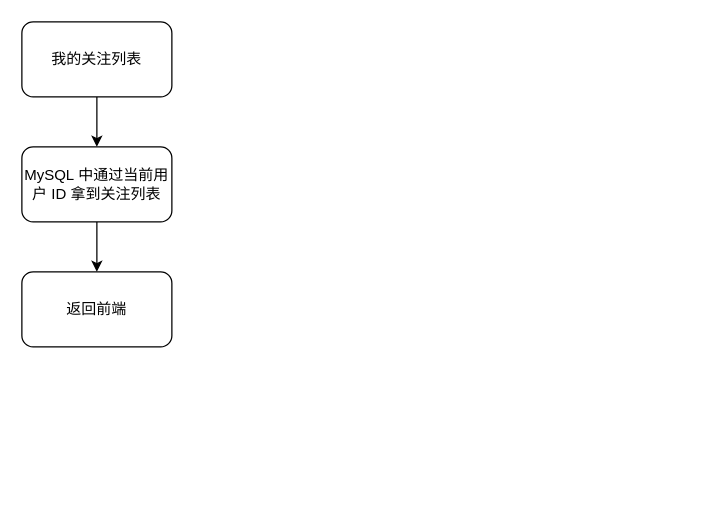
Before: 粉丝模块.drawio in lee11xx/picgo-img, a draw.io diagram. Source tidied: cells renumbered, new cells numbered last; positions are measured from the earlier drawing's top-left corner, leaving out a move shared by most shapes. Both pictures are drawn from the tidied source at 125%, with x=0, y=0 at pixel (21, 21).
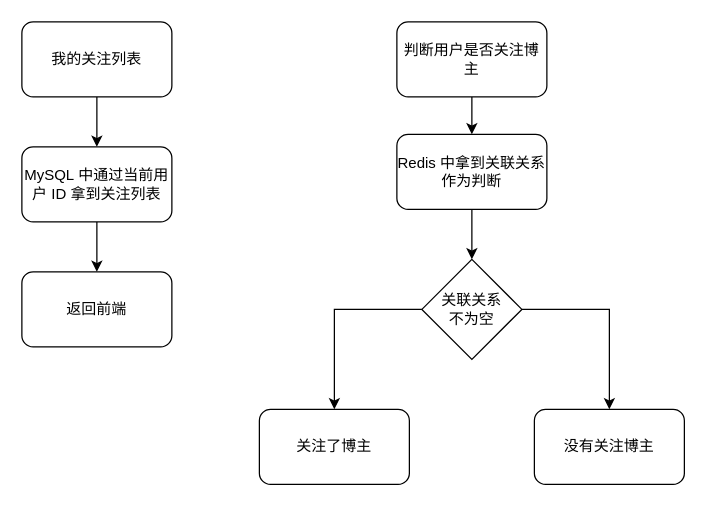
Above is the later version.

Commit message (it also covers changes not shown here):
更新粉丝模块.drawio

Change to the diagram source:
```diff
@@
 <mxGraphModel>
   <root>
     <mxCell id="0" />
     <mxCell id="1" parent="0" />
     <mxCell id="2" style="edgeStyle=orthogonalEdgeStyle;rounded=0;jettySize=auto;html=1;" parent="1" edge="1" source="3" target="5">
       <mxGeometry relative="1" as="geometry" />
     </mxCell>
     <mxCell id="3" value="我的关注列表" style="rounded=1;whiteSpace=wrap;html=1;" parent="1" vertex="1">
       <mxGeometry width="120" height="60" as="geometry" />
     </mxCell>
     <mxCell id="4" style="edgeStyle=orthogonalEdgeStyle;rounded=0;jettySize=auto;html=1;" parent="1" edge="1" source="5" target="6">
       <mxGeometry relative="1" as="geometry" />
     </mxCell>
     <mxCell id="5" value="MySQL&amp;nbsp;中通过当前用户 ID&amp;nbsp;拿到关注列表" style="rounded=1;whiteSpace=wrap;html=1;" parent="1" vertex="1">
       <mxGeometry y="100" width="120" height="60" as="geometry" />
     </mxCell>
     <mxCell id="6" value="返回前端" style="rounded=1;whiteSpace=wrap;html=1;" parent="1" vertex="1">
       <mxGeometry y="200" width="120" height="60" as="geometry" />
     </mxCell>
+    <mxCell id="7" style="edgeStyle=orthogonalEdgeStyle;rounded=0;jettySize=auto;html=1;" parent="1" edge="1" source="8" target="10">
+      <mxGeometry relative="1" as="geometry" />
+    </mxCell>
+    <mxCell id="8" value="判断用户是否关注博主" style="rounded=1;whiteSpace=wrap;html=1;" parent="1" vertex="1">
+      <mxGeometry x="300" width="120" height="60" as="geometry" />
+    </mxCell>
+    <mxCell id="9" style="edgeStyle=orthogonalEdgeStyle;rounded=0;jettySize=auto;html=1;" parent="1" edge="1" source="10" target="13">
+      <mxGeometry relative="1" as="geometry" />
+    </mxCell>
+    <mxCell id="10" value="Redis&amp;nbsp;中拿到关联关系作为判断" style="rounded=1;whiteSpace=wrap;html=1;" parent="1" vertex="1">
+      <mxGeometry x="300" y="90" width="120" height="60" as="geometry" />
+    </mxCell>
+    <mxCell id="11" style="edgeStyle=orthogonalEdgeStyle;rounded=0;jettySize=auto;html=1;" parent="1" edge="1" source="13" target="14">
+      <mxGeometry relative="1" as="geometry" />
+    </mxCell>
+    <mxCell id="12" style="edgeStyle=orthogonalEdgeStyle;rounded=0;jettySize=auto;html=1;" parent="1" edge="1" source="13" target="15">
+      <mxGeometry relative="1" as="geometry" />
+    </mxCell>
+    <mxCell id="13" value="关联关系&lt;br&gt;不为空" style="rhombus;whiteSpace=wrap;html=1;" parent="1" vertex="1">
+      <mxGeometry x="320" y="190" width="80" height="80" as="geometry" />
+    </mxCell>
+    <mxCell id="14" value="关注了博主" style="rounded=1;whiteSpace=wrap;html=1;" parent="1" vertex="1">
+      <mxGeometry x="190" y="310" width="120" height="60" as="geometry" />
+    </mxCell>
+    <mxCell id="15" value="没有关注博主" style="rounded=1;whiteSpace=wrap;html=1;" parent="1" vertex="1">
+      <mxGeometry x="410" y="310" width="120" height="60" as="geometry" />
+    </mxCell>
   </root>
 </mxGraphModel>
```
